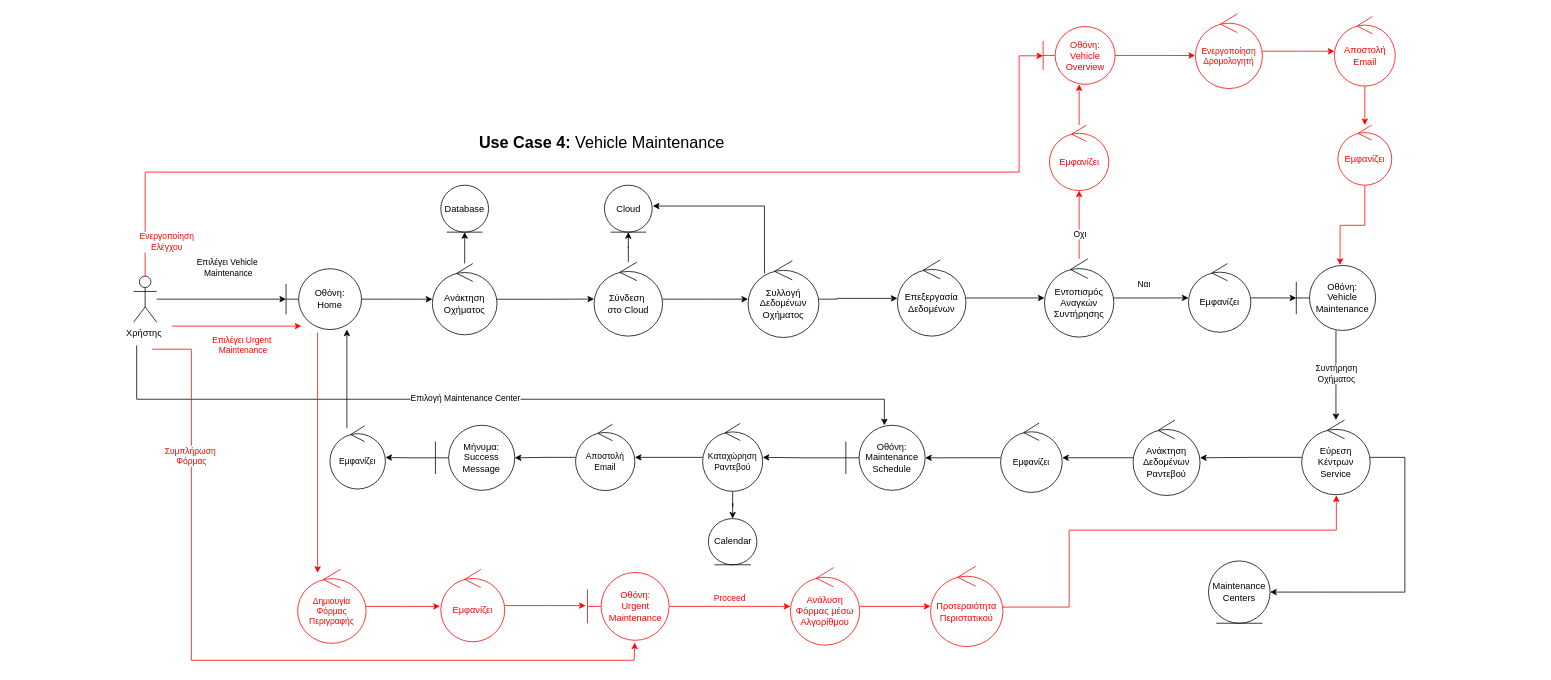
Earlier version of the draw.io diagram page "Use Case 4 Robustness" (4 of 9) of drawio/Robustness.drawio (ChristineGi/LeaseIt). Source tidied: cells renumbered, new cells numbered last; positions are measured from the earlier drawing's top-left corner, leaving out a move shared by most shapes. Both pictures are drawn from the tidied source at 77%, with x=0, y=0 at pixel (133, 13).
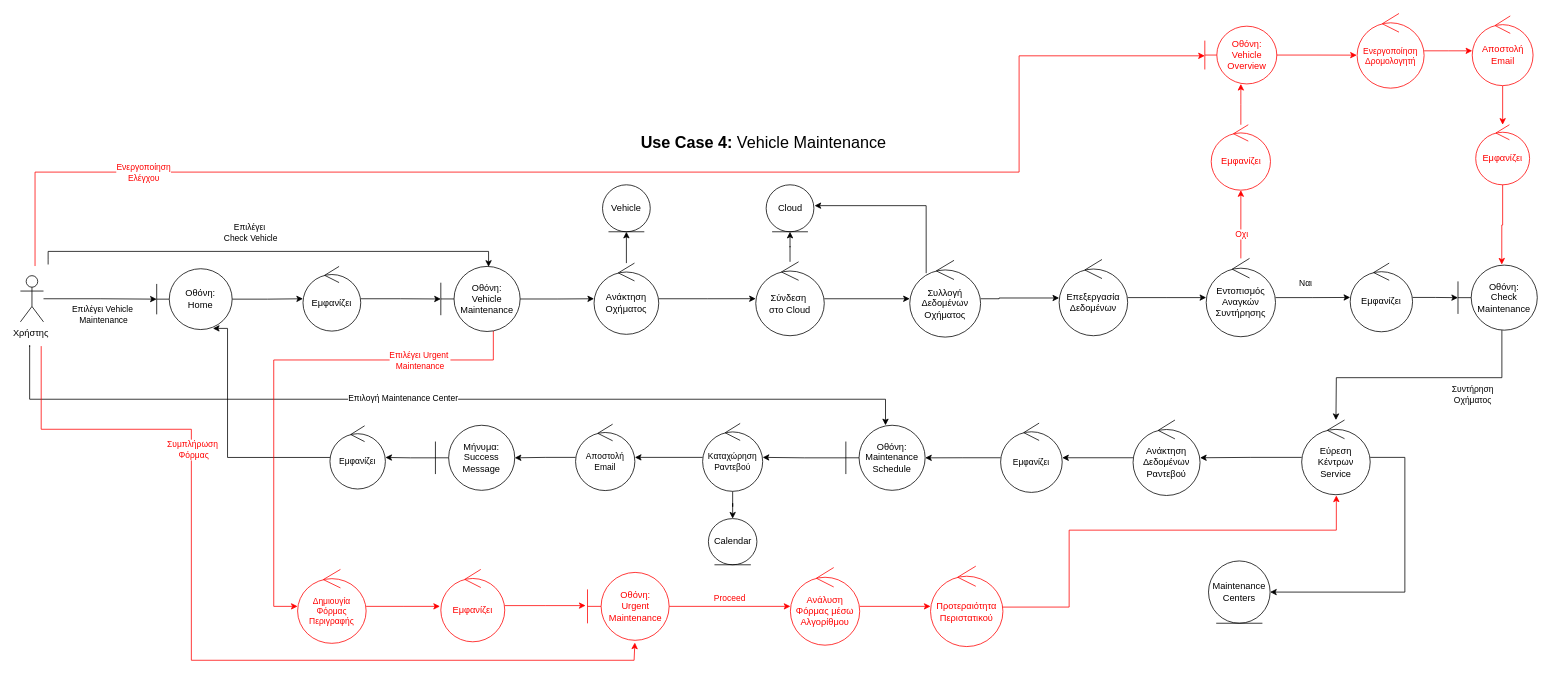
The same page after the edit.

The change refers to these unchanged cells:
```xml
<mxCell id="6" style="edgeStyle=orthogonalEdgeStyle;rounded=0;jettySize=auto;html=1;" parent="1" edge="1" source="5" target="10">
  <mxGeometry relative="1" as="geometry" />
</mxCell>
<mxCell id="20" style="edgeStyle=orthogonalEdgeStyle;rounded=0;jettySize=auto;html=1;strokeColor=#FF0000;" parent="1" edge="1" source="22" target="48">
  <mxGeometry relative="1" as="geometry" />
</mxCell>
<mxCell id="29" value="Εύρεση&lt;div&gt;Κέντρων&lt;/div&gt;&lt;div&gt;Service&lt;/div&gt;" style="ellipse;shape=umlControl;whiteSpace=wrap;html=1;" parent="1" vertex="1">
  <mxGeometry x="1517" y="528" width="89" height="97" as="geometry" />
</mxCell>
<mxCell id="36" value="Οθόνη:&lt;div&gt;Maintenance&lt;/div&gt;&lt;div&gt;Schedule&lt;/div&gt;" style="shape=umlBoundary;whiteSpace=wrap;html=1;" parent="1" vertex="1">
  <mxGeometry x="925" y="534.8" width="103" height="84.5" as="geometry" />
</mxCell>
<mxCell id="46" value="&lt;span style=&quot;font-size: 11px;&quot;&gt;Εμφανίζει&lt;/span&gt;" style="ellipse;shape=umlControl;whiteSpace=wrap;html=1;" parent="1" vertex="1">
  <mxGeometry x="255" y="535.5" width="72" height="82.1" as="geometry" />
</mxCell>
<mxCell id="61" value="&lt;font style=&quot;font-size: 11px;&quot; color=&quot;#ff0000&quot;&gt;Δημιουγία&lt;/font&gt;&lt;div style=&quot;font-size: 11px;&quot;&gt;&lt;font style=&quot;font-size: 11px;&quot; color=&quot;#ff0000&quot;&gt;Φόρμας&lt;/font&gt;&lt;/div&gt;&lt;div style=&quot;font-size: 11px;&quot;&gt;&lt;font style=&quot;font-size: 11px;&quot; color=&quot;#ff0000&quot;&gt;Περιγραφής&lt;/font&gt;&lt;/div&gt;" style="ellipse;shape=umlControl;whiteSpace=wrap;html=1;strokeColor=#FF0000;" parent="1" vertex="1">
  <mxGeometry x="213" y="722" width="89" height="96" as="geometry" />
</mxCell>
```

The edit, as a diff of the source:
```diff
@@
     <mxCell id="2" style="edgeStyle=orthogonalEdgeStyle;rounded=0;jettySize=auto;html=1;" parent="1" edge="1" target="36">
       <mxGeometry relative="1" as="geometry">
-        <mxPoint x="4" y="431" as="sourcePoint" />
+        <mxPoint x="-135" y="433" as="sourcePoint" />
         <Array as="points">
-          <mxPoint x="4" y="501" />
+          <mxPoint x="-135" y="431" />
+          <mxPoint x="-135" y="501" />
           <mxPoint x="975" y="501" />
         </Array>
       </mxGeometry>
     </mxCell>
@@
     <mxCell id="4" value="&lt;font color=&quot;#ff0000&quot;&gt;Συμπλήρωση&amp;nbsp;&lt;/font&gt;&lt;div&gt;&lt;font color=&quot;#ff0000&quot;&gt;Φόρμας&lt;/font&gt;&lt;/div&gt;" style="edgeStyle=orthogonalEdgeStyle;rounded=0;orthogonalLoop=1;jettySize=auto;html=1;strokeColor=#FF0000;" parent="1" edge="1">
-      <mxGeometry x="-0.64" relative="1" as="geometry">
-        <mxPoint x="24" y="436" as="sourcePoint" />
+      <mxGeometry x="-0.45" y="3" relative="1" as="geometry">
+        <mxPoint x="-120" y="432" as="sourcePoint" />
         <mxPoint x="651" y="817" as="targetPoint" />
         <Array as="points">
-          <mxPoint x="24" y="436" />
-          <mxPoint x="75" y="436" />
+          <mxPoint x="-120" y="540" />
+          <mxPoint x="75" y="540" />
           <mxPoint x="75" y="840" />
           <mxPoint x="650" y="840" />
           <mxPoint x="650" y="817" />
         </Array>
       </mxGeometry>
     </mxCell>
     <mxCell id="5" value="Χρήστης&amp;nbsp;" style="shape=umlActor;verticalLabelPosition=bottom;verticalAlign=top;html=1;" parent="1" vertex="1">
-      <mxGeometry y="341" width="30" height="60" as="geometry" />
+      <mxGeometry x="-147" y="340.5" width="30" height="60" as="geometry" />
     </mxCell>
@@
     <mxCell id="7" value="Επιλέγει Vehicle&amp;nbsp;&lt;div&gt;Maintenance&lt;/div&gt;" style="edgeLabel;html=1;align=center;verticalAlign=middle;" parent="6" vertex="1">
       <mxGeometry x="-0.2" y="-1" relative="1" as="geometry">
-        <mxPoint x="25" y="-43" as="offset" />
+        <mxPoint x="18" y="19" as="offset" />
       </mxGeometry>
     </mxCell>
-    <mxCell id="8" style="edgeStyle=orthogonalEdgeStyle;rounded=0;jettySize=auto;html=1;strokeColor=#FF0000;" parent="1" edge="1" target="61">
-      <mxGeometry relative="1" as="geometry">
-        <mxPoint x="238" y="415" as="sourcePoint" />
-        <Array as="points">
-          <mxPoint x="239" y="415" />
-        </Array>
-      </mxGeometry>
-    </mxCell>
-    <mxCell id="9" style="edgeStyle=orthogonalEdgeStyle;rounded=0;jettySize=auto;html=1;" parent="1" edge="1" source="10" target="68">
-      <mxGeometry relative="1" as="geometry" />
-    </mxCell>
+    <mxCell id="79" style="edgeStyle=orthogonalEdgeStyle;rounded=0;jettySize=auto;html=1;" parent="1" edge="1" source="10" target="81">
+      <mxGeometry relative="1" as="geometry" />
+    </mxCell>
     <mxCell id="10" value="Οθόνη:&lt;div&gt;Home&lt;/div&gt;" style="shape=umlBoundary;whiteSpace=wrap;html=1;" parent="1" vertex="1">
-      <mxGeometry x="198" y="331.5" width="98" height="79" as="geometry" />
+      <mxGeometry x="30" y="331.5" width="98" height="79" as="geometry" />
     </mxCell>
     <mxCell id="11" style="edgeStyle=orthogonalEdgeStyle;rounded=0;jettySize=auto;html=1;" parent="1" edge="1" source="12" target="18">
       <mxGeometry relative="1" as="geometry">
         <Array as="points">
-          <mxPoint x="914" y="370" />
-          <mxPoint x="914" y="370" />
+          <mxPoint x="1124" y="369.5" />
+          <mxPoint x="1124" y="369.5" />
         </Array>
       </mxGeometry>
     </mxCell>
     <mxCell id="12" value="Συλλογή Δεδομένων&lt;div&gt;Οχήματος&lt;/div&gt;" style="ellipse;shape=umlControl;whiteSpace=wrap;html=1;" parent="1" vertex="1">
-      <mxGeometry x="798" y="321.1" width="92" height="99.7" as="geometry" />
+      <mxGeometry x="1008" y="320.6" width="92" height="99.7" as="geometry" />
     </mxCell>
     <mxCell id="13" value="Cloud" style="ellipse;shape=umlEntity;whiteSpace=wrap;html=1;" parent="1" vertex="1">
-      <mxGeometry x="611.5" y="223" width="62" height="61" as="geometry" />
+      <mxGeometry x="821.5" y="222.5" width="62" height="61" as="geometry" />
     </mxCell>
@@
     <mxCell id="16" value="Σύνδεση&amp;nbsp;&lt;div&gt;στο Cloud&lt;/div&gt;" style="ellipse;shape=umlControl;whiteSpace=wrap;html=1;" parent="1" vertex="1">
-      <mxGeometry x="598" y="323" width="89" height="96" as="geometry" />
+      <mxGeometry x="808" y="322.5" width="89" height="96" as="geometry" />
     </mxCell>
@@
     <mxCell id="18" value="Επεξεργασία&lt;div&gt;Δεδομένων&lt;/div&gt;" style="ellipse;shape=umlControl;whiteSpace=wrap;html=1;" parent="1" vertex="1">
-      <mxGeometry x="992" y="320" width="89" height="99" as="geometry" />
+      <mxGeometry x="1202" y="319.5" width="89" height="99" as="geometry" />
     </mxCell>
@@
-    <mxCell id="21" value="Οχι" style="edgeLabel;html=1;align=center;verticalAlign=middle;" parent="20" vertex="1">
+    <mxCell id="21" value="&lt;font color=&quot;#ff0000&quot;&gt;Οχι&lt;/font&gt;" style="edgeLabel;html=1;align=center;verticalAlign=middle;" parent="20" vertex="1">
       <mxGeometry x="-0.27" y="-1" relative="1" as="geometry">
         <mxPoint x="-1" as="offset" />
       </mxGeometry>
     </mxCell>
     <mxCell id="22" value="Εντοπισμός&lt;div&gt;Αναγκών&lt;/div&gt;&lt;div&gt;Συντήρησης&lt;/div&gt;" style="ellipse;shape=umlControl;whiteSpace=wrap;html=1;" parent="1" vertex="1">
-      <mxGeometry x="1183" y="318.6" width="90" height="101.7" as="geometry" />
+      <mxGeometry x="1393" y="318.1" width="90" height="101.7" as="geometry" />
     </mxCell>
@@
     <mxCell id="24" style="edgeStyle=orthogonalEdgeStyle;rounded=0;jettySize=auto;html=1;" parent="1" edge="1" source="26" target="29">
-      <mxGeometry relative="1" as="geometry" />
+      <mxGeometry relative="1" as="geometry">
+        <Array as="points">
+          <mxPoint x="1777" y="473" />
+          <mxPoint x="1562" y="473" />
+        </Array>
+      </mxGeometry>
     </mxCell>
@@
-    <mxCell id="26" value="Οθόνη:&lt;div&gt;Vehicle&lt;/div&gt;&lt;div&gt;Maintenance&lt;/div&gt;" style="shape=umlBoundary;whiteSpace=wrap;html=1;" parent="1" vertex="1">
-      <mxGeometry x="1510" y="327.2" width="103" height="84.5" as="geometry" />
+    <mxCell id="26" value="Οθόνη:&lt;div&gt;Check&lt;/div&gt;&lt;div&gt;Maintenance&lt;/div&gt;" style="shape=umlBoundary;whiteSpace=wrap;html=1;" parent="1" vertex="1">
+      <mxGeometry x="1720" y="326.8" width="103" height="84.5" as="geometry" />
     </mxCell>
@@
-    <mxCell id="45" style="edgeStyle=orthogonalEdgeStyle;rounded=0;jettySize=auto;html=1;" parent="1" edge="1" source="46" target="10">
+    <mxCell id="45" style="edgeStyle=orthogonalEdgeStyle;rounded=0;jettySize=auto;html=1;" parent="1" edge="1" source="46">
       <mxGeometry relative="1" as="geometry">
+        <mxPoint x="103" y="409" as="targetPoint" />
         <Array as="points">
-          <mxPoint x="277" y="439" />
-          <mxPoint x="277" y="439" />
+          <mxPoint x="122" y="577" />
+          <mxPoint x="122" y="409" />
         </Array>
       </mxGeometry>
     </mxCell>
@@
     <mxCell id="48" value="Εμφανίζει" style="ellipse;shape=umlControl;whiteSpace=wrap;html=1;fontColor=#FF0000;strokeColor=#FF0000;" parent="1" vertex="1">
-      <mxGeometry x="1189.5" y="145" width="77" height="85" as="geometry" />
+      <mxGeometry x="1399.5" y="144.5" width="77" height="85" as="geometry" />
     </mxCell>
     <mxCell id="49" value="Oθόνη:&lt;div&gt;Vehicle&lt;/div&gt;&lt;div&gt;Overview&lt;/div&gt;" style="shape=umlBoundary;whiteSpace=wrap;html=1;fontColor=#FF0000;strokeColor=#FF0000;" parent="1" vertex="1">
-      <mxGeometry x="1181.2" y="17" width="93.5" height="75" as="geometry" />
+      <mxGeometry x="1391.2" y="16.5" width="93.5" height="75" as="geometry" />
     </mxCell>
-    <mxCell id="50" style="edgeStyle=orthogonalEdgeStyle;rounded=0;jettySize=auto;html=1;strokeColor=#FF0000;" parent="1" edge="1" source="5" target="49">
+    <mxCell id="50" style="edgeStyle=orthogonalEdgeStyle;rounded=0;jettySize=auto;html=1;strokeColor=#FF0000;" parent="1" edge="1" target="49">
       <mxGeometry relative="1" as="geometry">
+        <mxPoint x="-128" y="328" as="sourcePoint" />
         <Array as="points">
-          <mxPoint x="15" y="206" />
+          <mxPoint x="-128" y="206" />
           <mxPoint x="1150" y="206" />
           <mxPoint x="1150" y="55" />
         </Array>
       </mxGeometry>
     </mxCell>
     <mxCell id="51" value="&lt;font color=&quot;#ff0000&quot;&gt;Eνεργοποίηση&lt;/font&gt;&lt;div&gt;&lt;font color=&quot;#ff0000&quot;&gt;Ελέγχου&lt;/font&gt;&lt;/div&gt;" style="edgeLabel;html=1;align=center;verticalAlign=middle;" parent="50" vertex="1">
       <mxGeometry x="0.25" y="1" relative="1" as="geometry">
-        <mxPoint x="-746" y="91" as="offset" />
+        <mxPoint x="-857" y="1" as="offset" />
       </mxGeometry>
     </mxCell>
@@
     <mxCell id="53" value="&lt;font style=&quot;font-size: 11px;&quot;&gt;Ενεργοποίηση&lt;/font&gt;&lt;div style=&quot;font-size: 11px;&quot;&gt;&lt;font style=&quot;font-size: 11px;&quot;&gt;Δρομολογητή&lt;/font&gt;&lt;/div&gt;" style="ellipse;shape=umlControl;whiteSpace=wrap;html=1;fontColor=#FF0000;strokeColor=#FF0000;" parent="1" vertex="1">
-      <mxGeometry x="1379" y="0.5" width="87" height="97" as="geometry" />
+      <mxGeometry x="1589" width="87" height="97" as="geometry" />
     </mxCell>
@@
     <mxCell id="55" value="Αποστολή&lt;div&gt;Email&lt;/div&gt;" style="ellipse;shape=umlControl;whiteSpace=wrap;html=1;fontColor=#FF0000;strokeColor=#FF0000;" parent="1" vertex="1">
-      <mxGeometry x="1559.5" y="3.8" width="79" height="90.5" as="geometry" />
+      <mxGeometry x="1738.5" y="3.2" width="79" height="90.5" as="geometry" />
     </mxCell>
@@
-    <mxCell id="64" style="edgeStyle=orthogonalEdgeStyle;rounded=0;orthogonalLoop=1;jettySize=auto;html=1;fontColor=#FF0000;strokeColor=#FF0000;" parent="1" edge="1">
+    <mxCell id="64" style="edgeStyle=orthogonalEdgeStyle;rounded=0;jettySize=auto;html=1;fontColor=#FF0000;strokeColor=#FF0000;exitX=0.662;exitY=0.986;exitDx=0;exitDy=0;exitPerimeter=0;" parent="1" edge="1" source="83" target="61">
       <mxGeometry relative="1" as="geometry">
-        <mxPoint x="50" y="406" as="sourcePoint" />
-        <mxPoint x="218" y="406" as="targetPoint" />
+        <Array as="points">
+          <mxPoint x="467" y="450" />
+          <mxPoint x="182" y="450" />
+          <mxPoint x="182" y="770" />
+        </Array>
       </mxGeometry>
     </mxCell>
     <mxCell id="65" value="Επιλέγει Urgent&amp;nbsp;&lt;div&gt;Maintenance&lt;/div&gt;" style="edgeLabel;html=1;align=center;verticalAlign=middle;fontColor=#FF0000;" parent="64" vertex="1">
       <mxGeometry x="-0.2" y="-1" relative="1" as="geometry">
-        <mxPoint x="24" y="23" as="offset" />
+        <mxPoint x="136" y="1" as="offset" />
       </mxGeometry>
     </mxCell>
     <mxCell id="66" value="&lt;p style=&quot;font-size: 21px;&quot; class=&quot;MsoNormal&quot;&gt;&lt;b&gt;&lt;span lang=&quot;EN-US&quot; style=&quot;&quot;&gt;Use Case 4: &lt;/span&gt;&lt;/b&gt;&lt;span lang=&quot;EN-US&quot; style=&quot;&quot;&gt;Vehicle Maintenance &lt;/span&gt;&lt;/p&gt;" style="text;whiteSpace=wrap;html=1;" parent="1" vertex="1">
-      <mxGeometry x="446.5" y="127" width="332" height="58" as="geometry" />
+      <mxGeometry x="656.5" y="126.5" width="332" height="58" as="geometry" />
     </mxCell>
@@
     <mxCell id="68" value="Aνάκτηση&lt;div&gt;Οχήματος&lt;/div&gt;" style="ellipse;shape=umlControl;whiteSpace=wrap;html=1;" parent="1" vertex="1">
-      <mxGeometry x="388" y="324.8" width="84" height="92.5" as="geometry" />
+      <mxGeometry x="598" y="324.2" width="84" height="92.5" as="geometry" />
     </mxCell>
@@
-    <mxCell id="70" value="Database" style="ellipse;shape=umlEntity;whiteSpace=wrap;html=1;" parent="1" vertex="1">
-      <mxGeometry x="399" y="223" width="62" height="61" as="geometry" />
+    <mxCell id="70" value="Vehicle" style="ellipse;shape=umlEntity;whiteSpace=wrap;html=1;" parent="1" vertex="1">
+      <mxGeometry x="609" y="222.5" width="62" height="61" as="geometry" />
     </mxCell>
     <mxCell id="71" style="edgeStyle=orthogonalEdgeStyle;rounded=0;jettySize=auto;html=1;entryX=1.014;entryY=0.444;entryDx=0;entryDy=0;entryPerimeter=0;exitX=0.232;exitY=0.167;exitDx=0;exitDy=0;exitPerimeter=0;" parent="1" edge="1" source="12" target="13">
       <mxGeometry relative="1" as="geometry">
         <Array as="points">
-          <mxPoint x="819" y="251" />
-          <mxPoint x="674" y="251" />
+          <mxPoint x="1029" y="250.5" />
+          <mxPoint x="884" y="250.5" />
         </Array>
       </mxGeometry>
     </mxCell>
     <mxCell id="72" value="Εμφανίζει" style="ellipse;shape=umlControl;whiteSpace=wrap;html=1;" parent="1" vertex="1">
-      <mxGeometry x="1370" y="324.8" width="81" height="89.2" as="geometry" />
+      <mxGeometry x="1580" y="324.2" width="81" height="89.2" as="geometry" />
     </mxCell>
@@
     <mxCell id="75" value="Εμφανίζει" style="ellipse;shape=umlControl;whiteSpace=wrap;html=1;fontColor=#FF0000;strokeColor=#FF0000;" parent="1" vertex="1">
-      <mxGeometry x="1564" y="145" width="70" height="78" as="geometry" />
+      <mxGeometry x="1743" y="144.5" width="70" height="78" as="geometry" />
     </mxCell>
@@
+    <mxCell id="80" style="edgeStyle=orthogonalEdgeStyle;rounded=0;jettySize=auto;html=1;" parent="1" edge="1" source="81" target="83">
+      <mxGeometry relative="1" as="geometry" />
+    </mxCell>
+    <mxCell id="81" value="Εμφανίζει" style="ellipse;shape=umlControl;whiteSpace=wrap;html=1;" parent="1" vertex="1">
+      <mxGeometry x="220" y="328.5" width="75" height="84" as="geometry" />
+    </mxCell>
+    <mxCell id="82" style="edgeStyle=orthogonalEdgeStyle;rounded=0;jettySize=auto;html=1;" parent="1" edge="1" source="83" target="68">
+      <mxGeometry relative="1" as="geometry" />
+    </mxCell>
+    <mxCell id="83" value="Οθόνη:&lt;div&gt;&lt;span style=&quot;background-color: initial;&quot;&gt;Vehicle&lt;/span&gt;&lt;/div&gt;&lt;div&gt;&lt;span style=&quot;background-color: initial;&quot;&gt;Maintenance&lt;/span&gt;&lt;br&gt;&lt;/div&gt;" style="shape=umlBoundary;whiteSpace=wrap;html=1;" parent="1" vertex="1">
+      <mxGeometry x="399" y="328.5" width="103" height="84.5" as="geometry" />
+    </mxCell>
+    <mxCell id="84" style="edgeStyle=orthogonalEdgeStyle;rounded=0;jettySize=auto;html=1;entryX=0.602;entryY=0.006;entryDx=0;entryDy=0;entryPerimeter=0;" parent="1" edge="1" target="83">
+      <mxGeometry relative="1" as="geometry">
+        <mxPoint x="-111" y="326" as="sourcePoint" />
+        <Array as="points">
+          <mxPoint x="-111" y="320" />
+          <mxPoint x="-111" y="309" />
+          <mxPoint x="445" y="309" />
+        </Array>
+      </mxGeometry>
+    </mxCell>
+    <mxCell id="85" value="Επιλέγει&amp;nbsp;&lt;div&gt;Check Vehicle&lt;/div&gt;" style="edgeLabel;html=1;align=center;verticalAlign=middle;" parent="84" vertex="1">
+      <mxGeometry x="-0.2" y="-1" relative="1" as="geometry">
+        <mxPoint x="35" y="-26" as="offset" />
+      </mxGeometry>
+    </mxCell>
```
